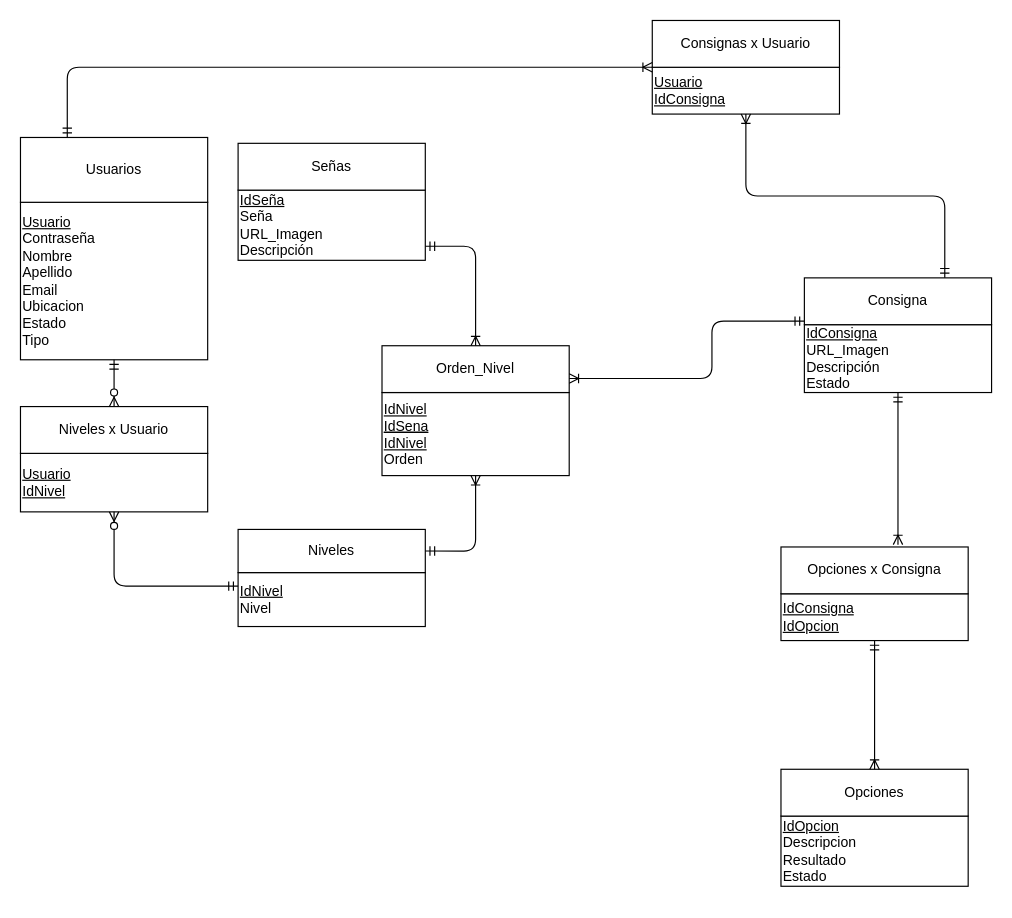
Earlier version of the draw.io diagram Documentación/DER.drawio (AxelNegro/PA2_Grupo1). Source tidied: cells renumbered, new cells numbered last; positions are measured from the earlier drawing's top-left corner, leaving out a move shared by most shapes. Both pictures are drawn from the tidied source at 117%, with x=0, y=0 at pixel (20, 20).
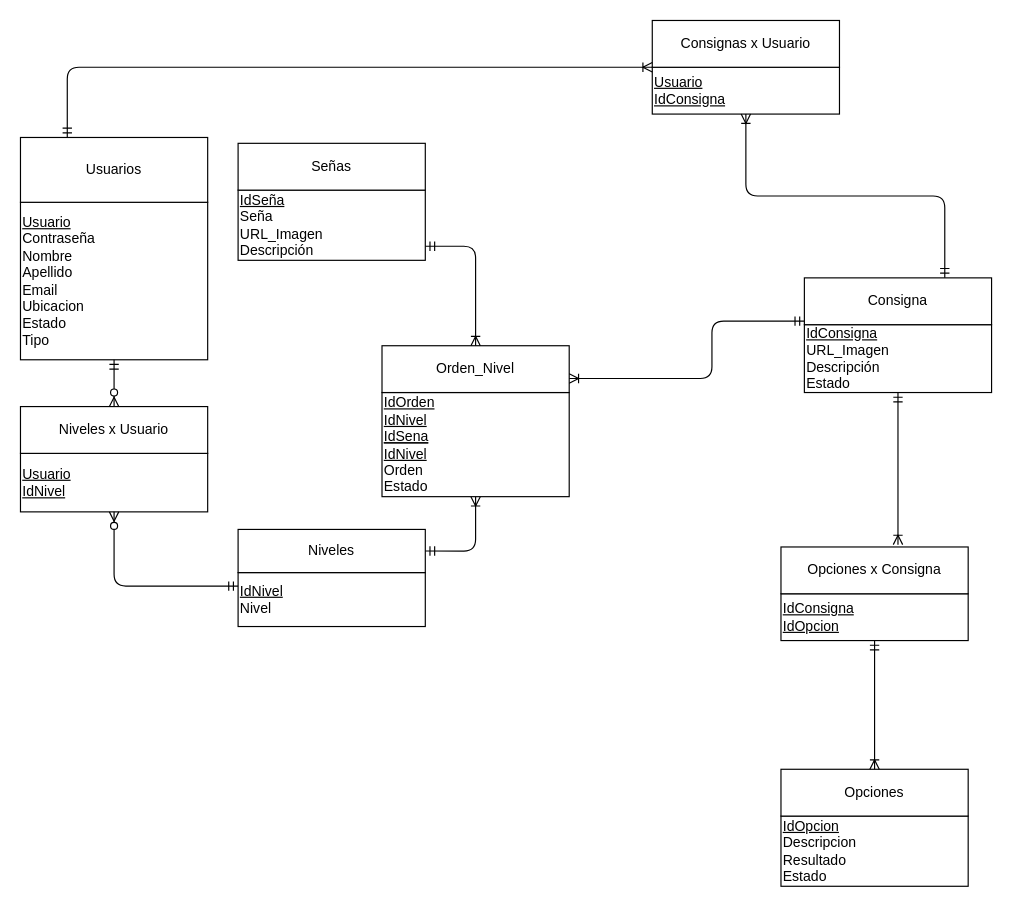
Above is the later version.

Commit message (it also covers changes not shown here):
Actualizada documentación

What changed in the source:
```diff
@@
     <mxCell id="31" style="group;" parent="1" vertex="1">
-      <mxGeometry x="309" y="278" width="160" height="111" as="geometry" />
+      <mxGeometry x="309" y="278" width="160" height="129" as="geometry" />
     </mxCell>
-    <mxCell id="32" value="&lt;div&gt;&lt;u&gt;IdNivel&lt;/u&gt;&lt;br&gt;&lt;u&gt;&lt;u&gt;IdSena&lt;/u&gt;&lt;/u&gt;&lt;/div&gt;&lt;div&gt;&lt;u&gt;IdNivel&lt;/u&gt;&lt;/div&gt;&lt;div&gt;Orden&lt;/div&gt;" style="rounded=0;whiteSpace=wrap;html=1;align=left;" parent="31" vertex="1">
-      <mxGeometry y="40" width="160" height="71" as="geometry" />
+    <mxCell id="32" value="&lt;div&gt;&lt;u&gt;IdOrden&lt;br&gt;&lt;/u&gt;&lt;/div&gt;&lt;div&gt;&lt;u&gt;IdNivel&lt;/u&gt;&lt;br&gt;&lt;u&gt;&lt;u&gt;IdSena&lt;/u&gt;&lt;/u&gt;&lt;/div&gt;&lt;div&gt;&lt;u&gt;IdNivel&lt;/u&gt;&lt;/div&gt;&lt;div&gt;Orden&lt;/div&gt;&lt;div&gt;Estado&lt;br&gt;&lt;/div&gt;" style="rounded=0;whiteSpace=wrap;html=1;align=left;" parent="31" vertex="1">
+      <mxGeometry y="40" width="160" height="89" as="geometry" />
     </mxCell>
```
